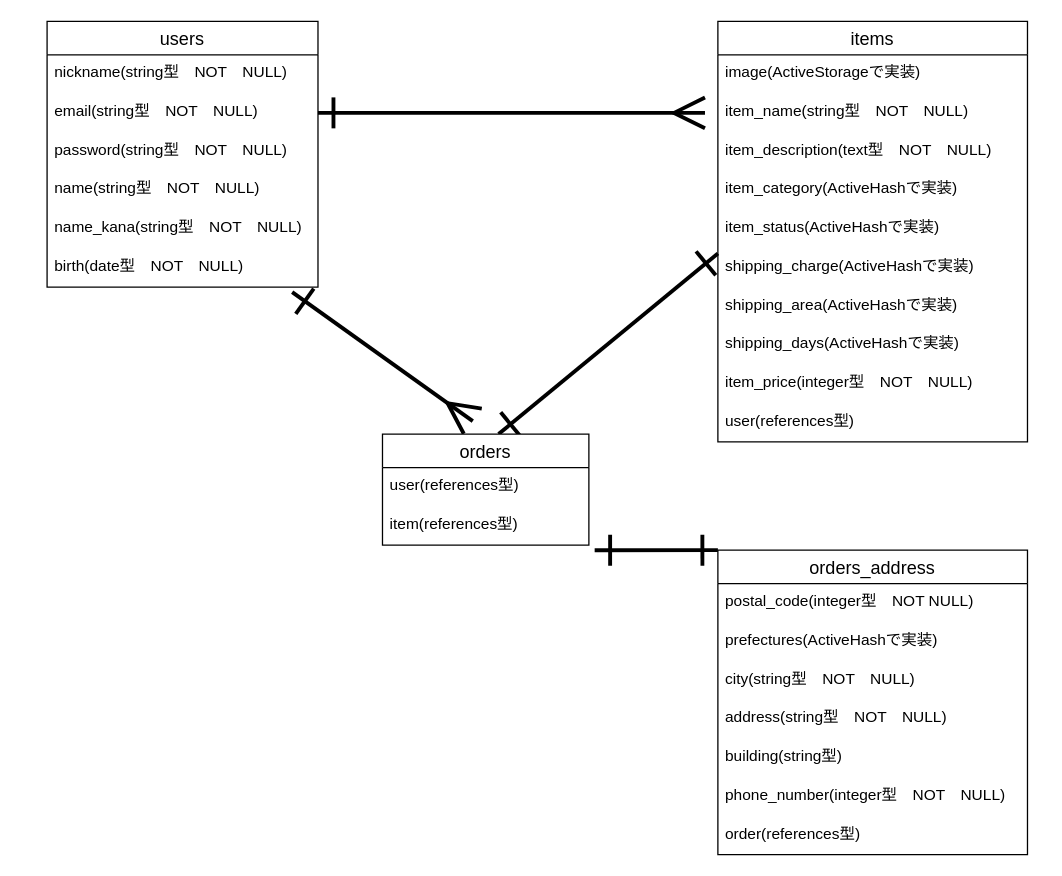
Before: furima.dio in shuichi8112/furima-34017, a draw.io diagram. Source tidied: cells renumbered, new cells numbered last; positions are measured from the earlier drawing's top-left corner, leaving out a move shared by most shapes. Both pictures are drawn from the tidied source at 129%, with x=0, y=0 at pixel (46, 21).
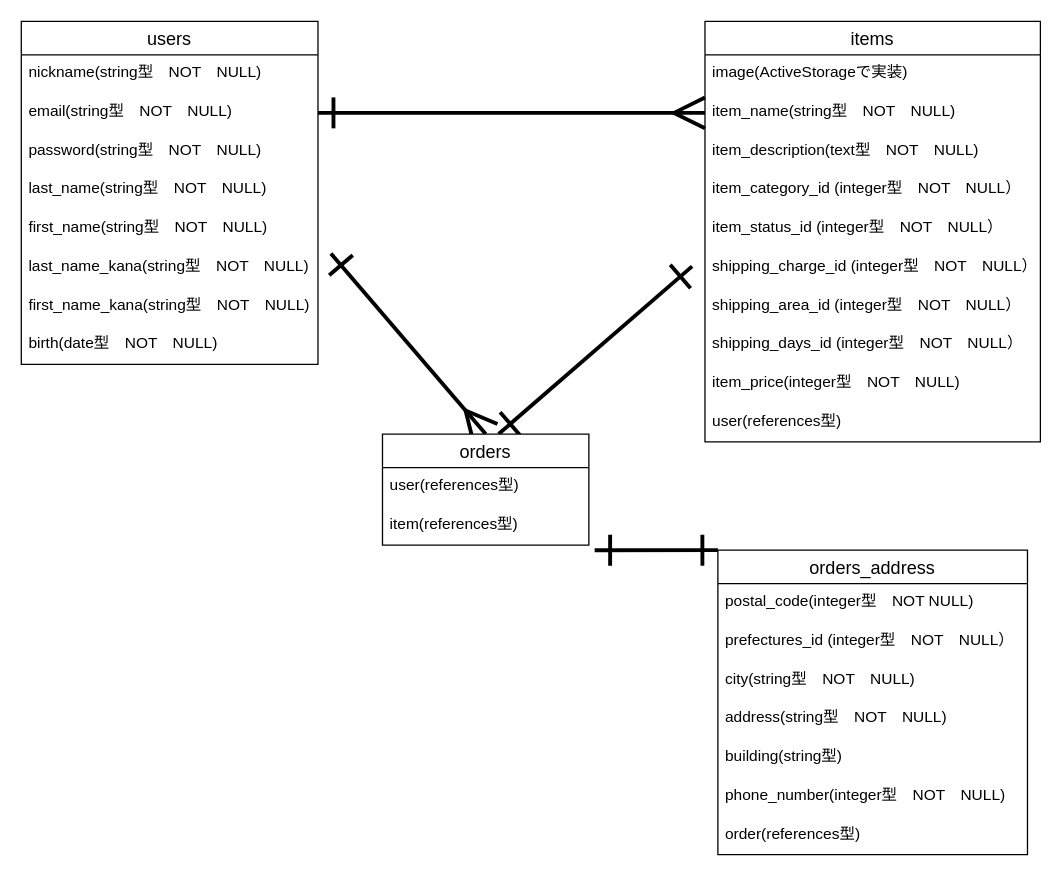
The same diagram, later.

Commit message (it also covers changes not shown here):
DB設計　指摘箇所修正

Unchanged cells that the change refers to:
```xml
<mxCell id="22" value="orders" style="swimlane;fontStyle=0;horizontal=1;startSize=26;align=center;fontSize=14;" parent="1" vertex="1">
  <mxGeometry x="260" y="320" width="160" height="86" as="geometry" />
</mxCell>
<mxCell id="25" value="orders_address" style="swimlane;fontStyle=0;horizontal=1;startSize=26;align=center;fontSize=14;" parent="1" vertex="1">
  <mxGeometry x="520" y="410" width="240" height="236" as="geometry" />
</mxCell>
```

The edit, as a diff of the source:
```diff
@@
     <mxCell id="2" style="edgeStyle=none;rounded=0;orthogonalLoop=1;jettySize=auto;html=1;startArrow=ERone;startFill=0;startSize=20;endArrow=ERone;endFill=0;endSize=20;strokeWidth=3;" parent="1" edge="1">
       <mxGeometry relative="1" as="geometry">
-        <mxPoint x="520" y="180" as="sourcePoint" />
+        <mxPoint x="500" y="190" as="sourcePoint" />
         <mxPoint x="350" y="320" as="targetPoint" />
       </mxGeometry>
     </mxCell>
     <mxCell id="3" value="items" style="swimlane;fontStyle=0;horizontal=1;startSize=26;align=center;fontSize=14;" parent="1" vertex="1">
-      <mxGeometry x="520" width="240" height="326" as="geometry" />
+      <mxGeometry x="510" width="260" height="326" as="geometry" />
     </mxCell>
     <mxCell id="4" value="image(ActiveStorageで実装)" style="text;strokeColor=none;fillColor=none;spacingLeft=4;spacingRight=4;overflow=hidden;fontSize=12;" parent="3" vertex="1">
-      <mxGeometry y="26" width="240" height="30" as="geometry" />
+      <mxGeometry y="26" width="260" height="30" as="geometry" />
     </mxCell>
     <mxCell id="5" value="item_name(string型　NOT　NULL)" style="text;strokeColor=none;fillColor=none;spacingLeft=4;spacingRight=4;overflow=hidden;fontSize=12;" parent="3" vertex="1">
-      <mxGeometry y="56" width="240" height="30" as="geometry" />
+      <mxGeometry y="56" width="260" height="30" as="geometry" />
     </mxCell>
     <mxCell id="6" value="item_description(text型　NOT　NULL)" style="text;strokeColor=none;fillColor=none;spacingLeft=4;spacingRight=4;overflow=hidden;fontSize=12;" parent="3" vertex="1">
-      <mxGeometry y="86" width="240" height="30" as="geometry" />
+      <mxGeometry y="86" width="260" height="30" as="geometry" />
     </mxCell>
-    <mxCell id="7" value="item_category(ActiveHashで実装)" style="text;strokeColor=none;fillColor=none;spacingLeft=4;spacingRight=4;overflow=hidden;fontSize=12;" parent="3" vertex="1">
-      <mxGeometry y="116" width="240" height="30" as="geometry" />
+    <mxCell id="7" value="item_category_id (integer型　NOT　NULL）" style="text;strokeColor=none;fillColor=none;spacingLeft=4;spacingRight=4;overflow=hidden;fontSize=12;" parent="3" vertex="1">
+      <mxGeometry y="116" width="260" height="30" as="geometry" />
     </mxCell>
-    <mxCell id="8" value="item_status(ActiveHashで実装)" style="text;strokeColor=none;fillColor=none;spacingLeft=4;spacingRight=4;overflow=hidden;fontSize=12;" parent="3" vertex="1">
-      <mxGeometry y="146" width="240" height="30" as="geometry" />
+    <mxCell id="8" value="item_status_id (integer型　NOT　NULL）" style="text;strokeColor=none;fillColor=none;spacingLeft=4;spacingRight=4;overflow=hidden;fontSize=12;" parent="3" vertex="1">
+      <mxGeometry y="146" width="260" height="30" as="geometry" />
     </mxCell>
-    <mxCell id="9" value="shipping_charge(ActiveHashで実装)" style="text;strokeColor=none;fillColor=none;spacingLeft=4;spacingRight=4;overflow=hidden;fontSize=12;" parent="3" vertex="1">
-      <mxGeometry y="176" width="240" height="30" as="geometry" />
-    </mxCell>
+    <mxCell id="35" value="shipping_charge_id (integer型　NOT　NULL）" style="text;strokeColor=none;fillColor=none;spacingLeft=4;spacingRight=4;overflow=hidden;fontSize=12;" parent="3" vertex="1">
+      <mxGeometry y="176" width="260" height="30" as="geometry" />
+    </mxCell>
-    <mxCell id="10" value="shipping_area(ActiveHashで実装)" style="text;strokeColor=none;fillColor=none;spacingLeft=4;spacingRight=4;overflow=hidden;fontSize=12;" parent="3" vertex="1">
-      <mxGeometry y="206" width="240" height="30" as="geometry" />
+    <mxCell id="10" value="shipping_area_id (integer型　NOT　NULL）" style="text;strokeColor=none;fillColor=none;spacingLeft=4;spacingRight=4;overflow=hidden;fontSize=12;" parent="3" vertex="1">
+      <mxGeometry y="206" width="260" height="30" as="geometry" />
     </mxCell>
-    <mxCell id="11" value="shipping_days(ActiveHashで実装)" style="text;strokeColor=none;fillColor=none;spacingLeft=4;spacingRight=4;overflow=hidden;fontSize=12;" parent="3" vertex="1">
-      <mxGeometry y="236" width="240" height="30" as="geometry" />
+    <mxCell id="11" value="shipping_days_id (integer型　NOT　NULL）" style="text;strokeColor=none;fillColor=none;spacingLeft=4;spacingRight=4;overflow=hidden;fontSize=12;" parent="3" vertex="1">
+      <mxGeometry y="236" width="260" height="30" as="geometry" />
     </mxCell>
     <mxCell id="12" value="item_price(integer型　NOT　NULL)" style="text;strokeColor=none;fillColor=none;spacingLeft=4;spacingRight=4;overflow=hidden;fontSize=12;" parent="3" vertex="1">
-      <mxGeometry y="266" width="240" height="30" as="geometry" />
+      <mxGeometry y="266" width="260" height="30" as="geometry" />
     </mxCell>
     <mxCell id="13" value="user(references型)" style="text;strokeColor=none;fillColor=none;spacingLeft=4;spacingRight=4;overflow=hidden;fontSize=12;" parent="3" vertex="1">
-      <mxGeometry y="296" width="240" height="30" as="geometry" />
+      <mxGeometry y="296" width="260" height="30" as="geometry" />
     </mxCell>
-    <mxCell id="14" style="rounded=0;orthogonalLoop=1;jettySize=auto;html=1;startArrow=ERone;startFill=0;startSize=20;endArrow=ERmany;endFill=0;endSize=20;strokeWidth=3;" parent="1" edge="1">
+    <mxCell id="14" style="rounded=0;jettySize=auto;html=1;startArrow=ERone;startFill=0;startSize=20;endArrow=ERmany;endFill=0;endSize=20;strokeWidth=3;entryX=0.5;entryY=0;entryDx=0;entryDy=0;" parent="1" edge="1" target="22">
       <mxGeometry relative="1" as="geometry">
-        <mxPoint x="190" y="210" as="sourcePoint" />
-        <mxPoint x="330" y="310" as="targetPoint" />
+        <mxPoint x="220" y="180" as="sourcePoint" />
       </mxGeometry>
     </mxCell>
     <mxCell id="15" value="users" style="swimlane;fontStyle=0;horizontal=1;startSize=26;align=center;fontSize=14;" parent="1" vertex="1">
-      <mxGeometry width="210" height="206" as="geometry" />
+      <mxGeometry x="-20" width="230" height="266" as="geometry" />
     </mxCell>
     <mxCell id="16" value="nickname(string型　NOT　NULL)" style="text;strokeColor=none;fillColor=none;spacingLeft=4;spacingRight=4;overflow=hidden;fontSize=12;" parent="15" vertex="1">
-      <mxGeometry y="26" width="210" height="30" as="geometry" />
+      <mxGeometry y="26" width="230" height="30" as="geometry" />
     </mxCell>
     <mxCell id="17" value="email(string型　NOT　NULL)" style="text;strokeColor=none;fillColor=none;spacingLeft=4;spacingRight=4;overflow=hidden;fontSize=12;" parent="15" vertex="1">
-      <mxGeometry y="56" width="210" height="30" as="geometry" />
+      <mxGeometry y="56" width="230" height="30" as="geometry" />
     </mxCell>
     <mxCell id="18" value="password(string型　NOT　NULL)" style="text;strokeColor=none;fillColor=none;spacingLeft=4;spacingRight=4;overflow=hidden;fontSize=12;" parent="15" vertex="1">
-      <mxGeometry y="86" width="210" height="30" as="geometry" />
+      <mxGeometry y="86" width="230" height="30" as="geometry" />
     </mxCell>
-    <mxCell id="19" value="name(string型　NOT　NULL)" style="text;strokeColor=none;fillColor=none;spacingLeft=4;spacingRight=4;overflow=hidden;fontSize=12;" parent="15" vertex="1">
-      <mxGeometry y="116" width="210" height="30" as="geometry" />
+    <mxCell id="19" value="last_name(string型　NOT　NULL)" style="text;strokeColor=none;fillColor=none;spacingLeft=4;spacingRight=4;overflow=hidden;fontSize=12;" parent="15" vertex="1">
+      <mxGeometry y="116" width="230" height="30" as="geometry" />
     </mxCell>
+    <mxCell id="36" value="first_name(string型　NOT　NULL)" style="text;strokeColor=none;fillColor=none;spacingLeft=4;spacingRight=4;overflow=hidden;fontSize=12;" parent="15" vertex="1">
+      <mxGeometry y="146" width="230" height="30" as="geometry" />
+    </mxCell>
+    <mxCell id="37" value="last_name_kana(string型　NOT　NULL)" style="text;strokeColor=none;fillColor=none;spacingLeft=4;spacingRight=4;overflow=hidden;fontSize=12;" parent="15" vertex="1">
+      <mxGeometry y="176" width="230" height="30" as="geometry" />
+    </mxCell>
-    <mxCell id="20" value="name_kana(string型　NOT　NULL)" style="text;strokeColor=none;fillColor=none;spacingLeft=4;spacingRight=4;overflow=hidden;fontSize=12;" parent="15" vertex="1">
-      <mxGeometry y="146" width="210" height="30" as="geometry" />
+    <mxCell id="20" value="first_name_kana(string型　NOT　NULL)" style="text;strokeColor=none;fillColor=none;spacingLeft=4;spacingRight=4;overflow=hidden;fontSize=12;" parent="15" vertex="1">
+      <mxGeometry y="206" width="230" height="30" as="geometry" />
     </mxCell>
     <mxCell id="21" value="birth(date型　NOT　NULL)" style="text;strokeColor=none;fillColor=none;spacingLeft=4;spacingRight=4;overflow=hidden;fontSize=12;" parent="15" vertex="1">
-      <mxGeometry y="176" width="210" height="30" as="geometry" />
+      <mxGeometry y="236" width="230" height="30" as="geometry" />
     </mxCell>
@@
-    <mxCell id="27" value="prefectures(ActiveHashで実装)" style="text;strokeColor=none;fillColor=none;spacingLeft=4;spacingRight=4;overflow=hidden;fontSize=12;" parent="25" vertex="1">
+    <mxCell id="27" value="prefectures_id (integer型　NOT　NULL）" style="text;strokeColor=none;fillColor=none;spacingLeft=4;spacingRight=4;overflow=hidden;fontSize=12;" parent="25" vertex="1">
       <mxGeometry y="56" width="240" height="30" as="geometry" />
     </mxCell>
```
